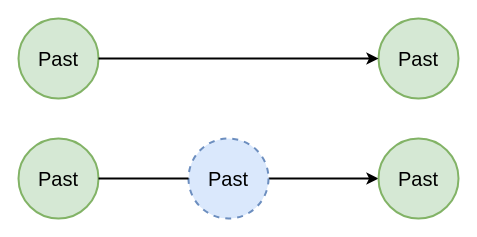
This is page "neiwai 的副本" (40 of 50) of booming/Booming ypwangv7.0 ypw new 104ppt-17.drawio from yrdimple/flowChart, a draw.io file, before an edit. Source tidied: cells renumbered, new cells numbered last; positions are measured from the earlier drawing's top-left corner, leaving out a move shared by most shapes. Both pictures are drawn from the tidied source at 100%, with x=0, y=0 at pixel (18, 18).
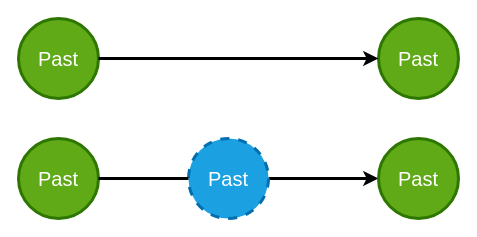
Above is the later version.

Change to the diagram source:
```diff
@@
 <mxGraphModel>
   <root>
     <mxCell id="0" />
     <mxCell id="1" parent="0" />
-    <mxCell id="2" style="edgeStyle=orthogonalEdgeStyle;rounded=0;jettySize=auto;html=1;entryX=0;entryY=0.5;entryDx=0;entryDy=0;strokeWidth=2;fontSize=20;startArrow=none;" parent="1" edge="1" source="8" target="4">
+    <mxCell id="2" style="edgeStyle=orthogonalEdgeStyle;rounded=0;jettySize=auto;html=1;entryX=0;entryY=0.5;entryDx=0;entryDy=0;strokeWidth=3;fontSize=20;startArrow=none;" parent="1" edge="1" source="8" target="4">
       <mxGeometry relative="1" as="geometry" />
     </mxCell>
-    <mxCell id="3" value="Past" style="ellipse;whiteSpace=wrap;html=1;fillColor=#d5e8d4;strokeColor=#82b366;strokeWidth=2;fontSize=20;" parent="1" vertex="1">
+    <mxCell id="3" value="Past" style="ellipse;whiteSpace=wrap;html=1;fillColor=#60a917;strokeColor=#2D7600;strokeWidth=3;fontSize=20;fontColor=#ffffff;" parent="1" vertex="1">
       <mxGeometry y="120" width="80" height="80" as="geometry" />
     </mxCell>
-    <mxCell id="4" value="Past" style="ellipse;whiteSpace=wrap;html=1;fillColor=#d5e8d4;strokeColor=#82b366;strokeWidth=2;fontSize=20;" parent="1" vertex="1">
+    <mxCell id="4" value="Past" style="ellipse;whiteSpace=wrap;html=1;fillColor=#60a917;strokeColor=#2D7600;strokeWidth=3;fontSize=20;fontColor=#ffffff;" parent="1" vertex="1">
       <mxGeometry x="360" y="120" width="80" height="80" as="geometry" />
     </mxCell>
-    <mxCell id="5" value="Past" style="ellipse;whiteSpace=wrap;html=1;fillColor=#d5e8d4;strokeColor=#82b366;strokeWidth=2;fontSize=20;" parent="1" vertex="1">
+    <mxCell id="5" value="Past" style="ellipse;whiteSpace=wrap;html=1;fillColor=#60a917;strokeColor=#2D7600;strokeWidth=3;fontSize=20;fontColor=#ffffff;" parent="1" vertex="1">
       <mxGeometry width="80" height="80" as="geometry" />
     </mxCell>
-    <mxCell id="6" value="Past" style="ellipse;whiteSpace=wrap;html=1;fillColor=#d5e8d4;strokeColor=#82b366;strokeWidth=2;fontSize=20;" parent="1" vertex="1">
+    <mxCell id="6" value="Past" style="ellipse;whiteSpace=wrap;html=1;fillColor=#60a917;strokeColor=#2D7600;strokeWidth=3;fontSize=20;fontColor=#ffffff;" parent="1" vertex="1">
       <mxGeometry x="360" width="80" height="80" as="geometry" />
     </mxCell>
-    <mxCell id="7" style="edgeStyle=orthogonalEdgeStyle;rounded=0;jettySize=auto;html=1;entryX=0;entryY=0.5;entryDx=0;entryDy=0;strokeWidth=2;fontSize=20;" parent="1" edge="1" source="5" target="6">
+    <mxCell id="7" style="edgeStyle=orthogonalEdgeStyle;rounded=0;jettySize=auto;html=1;entryX=0;entryY=0.5;entryDx=0;entryDy=0;strokeWidth=3;fontSize=20;" parent="1" edge="1" source="5" target="6">
       <mxGeometry relative="1" as="geometry" />
     </mxCell>
-    <mxCell id="8" value="Past" style="ellipse;whiteSpace=wrap;html=1;fillColor=#dae8fc;strokeColor=#6c8ebf;strokeWidth=2;dashed=1;fontSize=20;" parent="1" vertex="1">
+    <mxCell id="8" value="Past" style="ellipse;whiteSpace=wrap;html=1;fillColor=#1ba1e2;strokeColor=#006EAF;strokeWidth=3;dashed=1;fontSize=20;fontColor=#ffffff;" parent="1" vertex="1">
       <mxGeometry x="170" y="120" width="80" height="80" as="geometry" />
     </mxCell>
-    <mxCell id="9" style="edgeStyle=orthogonalEdgeStyle;rounded=0;jettySize=auto;html=1;entryX=0;entryY=0.5;entryDx=0;entryDy=0;strokeWidth=2;fontSize=20;endArrow=none;" parent="1" edge="1" source="3" target="8">
+    <mxCell id="9" style="edgeStyle=orthogonalEdgeStyle;rounded=0;jettySize=auto;html=1;entryX=0;entryY=0.5;entryDx=0;entryDy=0;strokeWidth=3;fontSize=20;endArrow=none;" parent="1" edge="1" source="3" target="8">
       <mxGeometry relative="1" as="geometry" />
     </mxCell>
   </root>
 </mxGraphModel>
```
